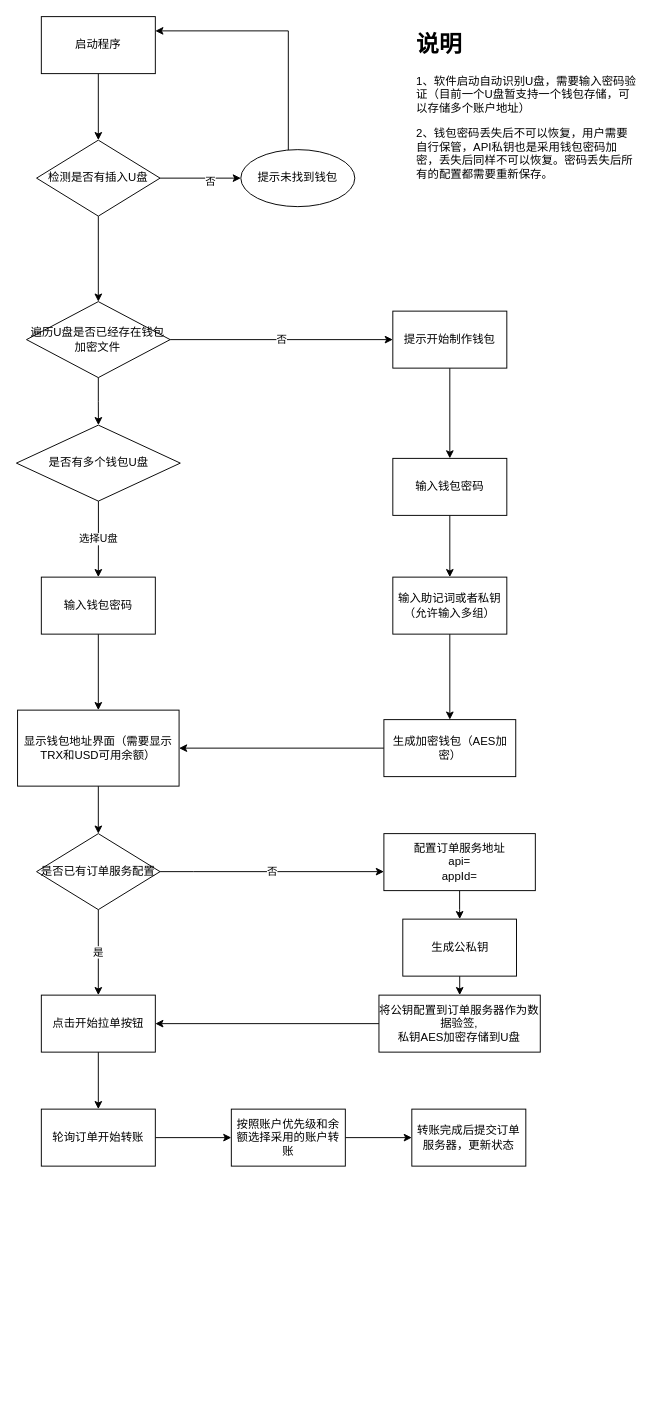
The draw.io diagram usb.drawio in dovezat/drawio, before the edit. Source tidied: cells renumbered, new cells numbered last; positions are measured from the earlier drawing's top-left corner, leaving out a move shared by most shapes. Both pictures are drawn from the tidied source at 95%, with x=0, y=0 at pixel (16, 16).
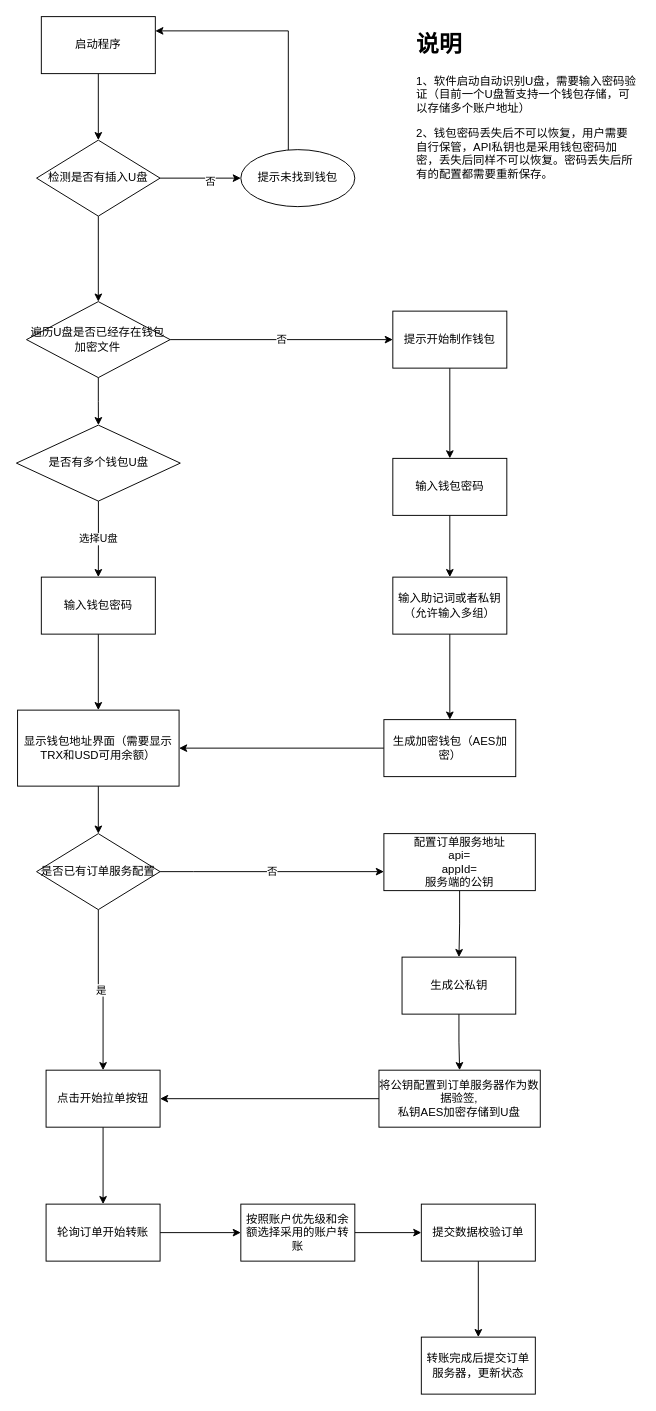
Above is the later version.

The edit, as a diff of the source:
```diff
@@
     <mxCell id="28" value="轮询订单开始转账" style="whiteSpace=wrap;html=1;rounded=0;" parent="1" vertex="1">
-      <mxGeometry x="26" y="1150" width="120" height="60" as="geometry" />
+      <mxGeometry x="31" y="1250" width="120" height="60" as="geometry" />
     </mxCell>
@@
     <mxCell id="33" value="点击开始拉单按钮" style="whiteSpace=wrap;html=1;" parent="1" vertex="1">
-      <mxGeometry x="26" y="1030" width="120" height="60" as="geometry" />
+      <mxGeometry x="31" y="1109" width="120" height="60" as="geometry" />
     </mxCell>
@@
-    <mxCell id="35" value="配置订单服务地址&lt;br&gt;api=&lt;br&gt;appId=" style="whiteSpace=wrap;html=1;" parent="1" vertex="1">
+    <mxCell id="35" value="配置订单服务地址&lt;br&gt;api=&lt;br&gt;appId=&lt;br&gt;服务端的公钥" style="whiteSpace=wrap;html=1;" parent="1" vertex="1">
       <mxGeometry x="386.6" y="860" width="159.4" height="60" as="geometry" />
     </mxCell>
@@
     <mxCell id="37" value="生成公私钥" style="whiteSpace=wrap;html=1;" parent="1" vertex="1">
-      <mxGeometry x="406.5" y="950" width="119.7" height="60" as="geometry" />
+      <mxGeometry x="405.7" y="990" width="119.7" height="60" as="geometry" />
     </mxCell>
@@
     <mxCell id="39" value="将公钥配置到订单服务器作为数据验签,&lt;br&gt;私钥AES加密存储到U盘" style="whiteSpace=wrap;html=1;" parent="1" vertex="1">
-      <mxGeometry x="381.4" y="1030" width="169.8" height="60" as="geometry" />
+      <mxGeometry x="381.4" y="1109" width="169.8" height="60" as="geometry" />
     </mxCell>
@@
     <mxCell id="41" value="按照账户优先级和余额选择采用的账户转账" style="whiteSpace=wrap;html=1;rounded=0;" parent="1" vertex="1">
-      <mxGeometry x="226" y="1150" width="120" height="60" as="geometry" />
+      <mxGeometry x="236" y="1250" width="120" height="60" as="geometry" />
     </mxCell>
+    <mxCell id="44" style="edgeStyle=orthogonalEdgeStyle;rounded=0;jettySize=auto;html=1;" parent="1" edge="1" source="42" target="45">
+      <mxGeometry relative="1" as="geometry" />
+    </mxCell>
-    <mxCell id="42" value="转账完成后提交订单服务器，更新状态" style="whiteSpace=wrap;html=1;rounded=0;" parent="1" vertex="1">
-      <mxGeometry x="416" y="1150" width="120" height="60" as="geometry" />
+    <mxCell id="42" value="提交数据校验订单" style="whiteSpace=wrap;html=1;rounded=0;" parent="1" vertex="1">
+      <mxGeometry x="426" y="1250" width="120" height="60" as="geometry" />
     </mxCell>
@@
+    <mxCell id="45" value="&lt;span style=&quot;&quot;&gt;转账完成后提交订单服务器，更新状态&lt;/span&gt;" style="whiteSpace=wrap;html=1;rounded=0;" parent="1" vertex="1">
+      <mxGeometry x="426" y="1390" width="120" height="60" as="geometry" />
+    </mxCell>
```
